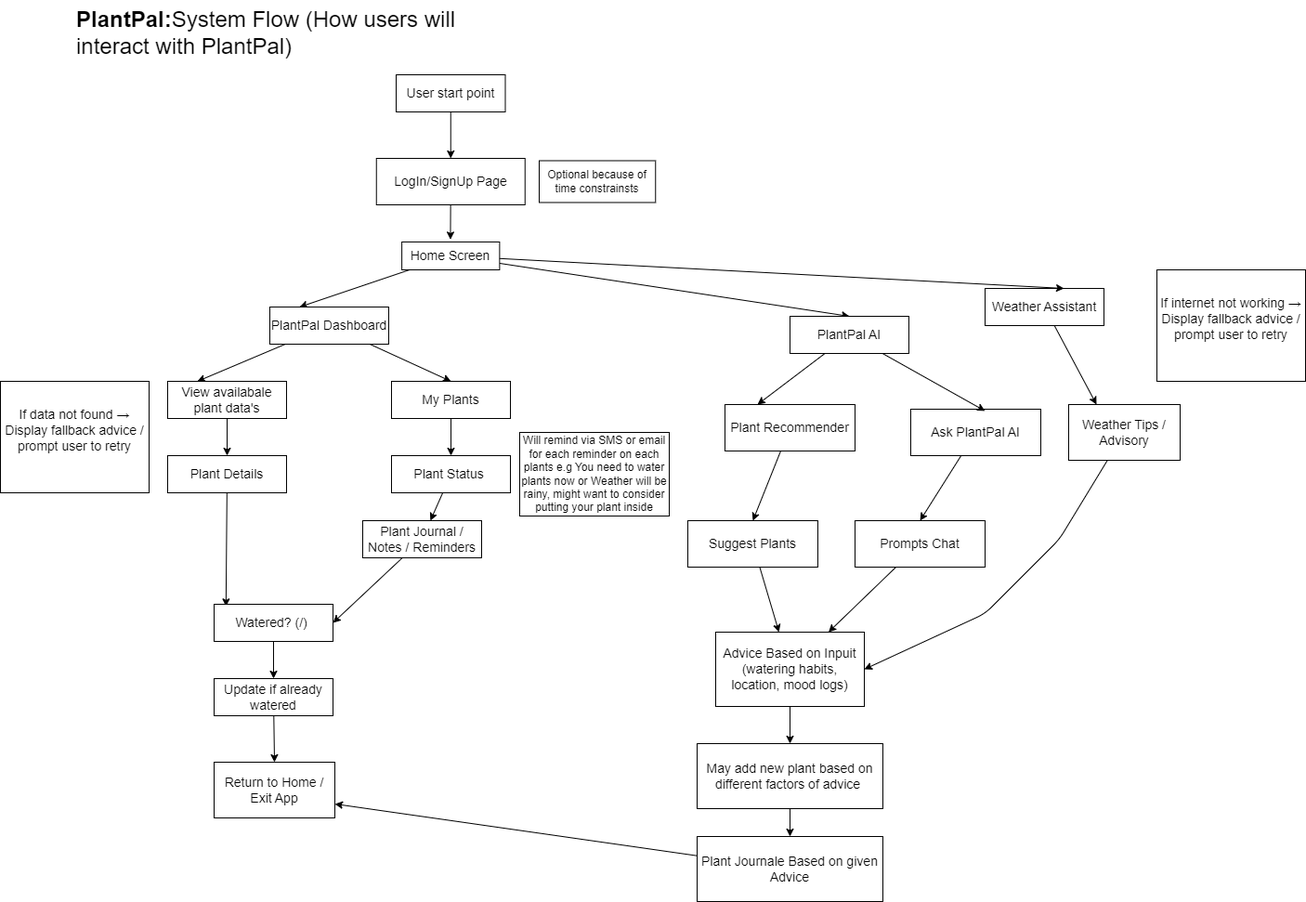
This is SystemFlow_UML/systemFlow.png from renzv-compsci/PlantPal, a draw.io export, as it was before one commit. Source tidied: cells renumbered, new cells last; positions are measured from the earlier drawing's top-left corner, leaving out a move shared by most shapes.
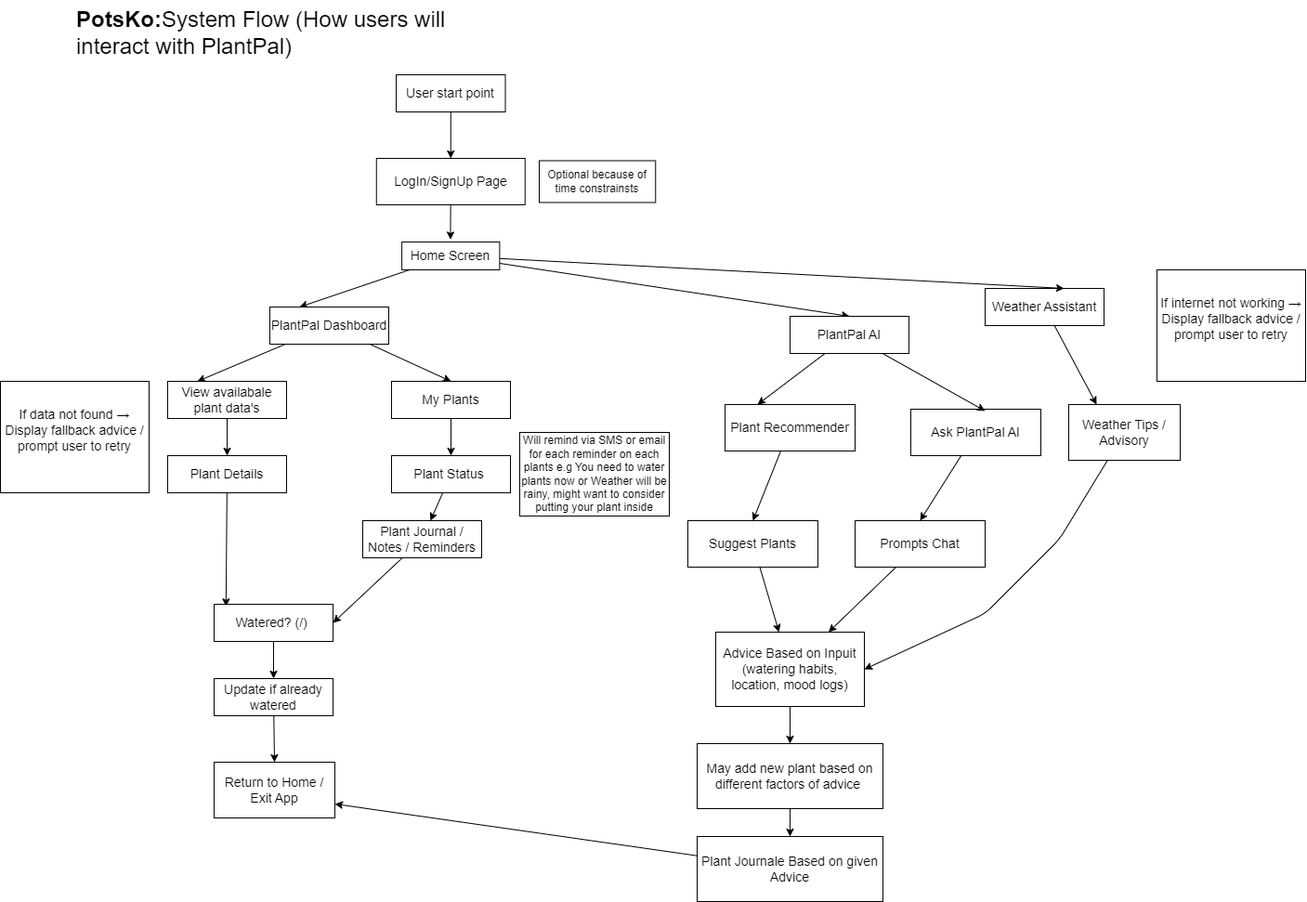
The same file after the commit.

Commit message:
Final UML and System flow for the Application

What changed in the source:
```diff
@@ -2,7 +2,7 @@
   <root>
     <mxCell id="0" />
     <mxCell id="1" parent="0" />
-    <mxCell id="2" value="&lt;h1 style=&quot;margin-top: 0px;&quot;&gt;PlantPal:&lt;span style=&quot;font-weight: normal;&quot;&gt;System Flow (How users will interact with PlantPal)&amp;nbsp;&lt;/span&gt;&lt;/h1&gt;" style="text;html=1;whiteSpace=wrap;overflow=hidden;rounded=0;" parent="1" vertex="1">
+    <mxCell id="2" value="&lt;h1 style=&quot;margin-top: 0px;&quot;&gt;PotsKo:&lt;span style=&quot;font-weight: normal;&quot;&gt;System Flow (How users will interact with PlantPal)&amp;nbsp;&lt;/span&gt;&lt;/h1&gt;" style="text;html=1;whiteSpace=wrap;overflow=hidden;rounded=0;" parent="1" vertex="1">
       <mxGeometry x="80" width="420" height="70" as="geometry" />
     </mxCell>
     <mxCell id="3" style="edgeStyle=none;html=1;entryX=0.5;entryY=0;entryDx=0;entryDy=0;" parent="1" edge="1" source="4" target="6">
```
